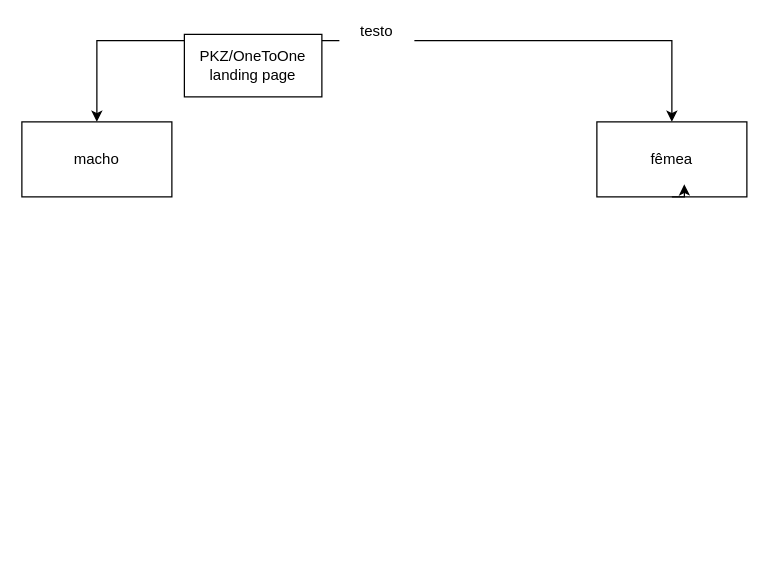
Above: AHT.drawio in IgDrArtikulator/PFE-2026-2-AP1-Grupo4-Terca (draw.io), before the change. Source tidied: cells renumbered, new cells numbered last; positions are measured from the earlier drawing's top-left corner, leaving out a move shared by most shapes. Both pictures are drawn from the tidied source at 125%, with x=0, y=0 at pixel (21, 21).
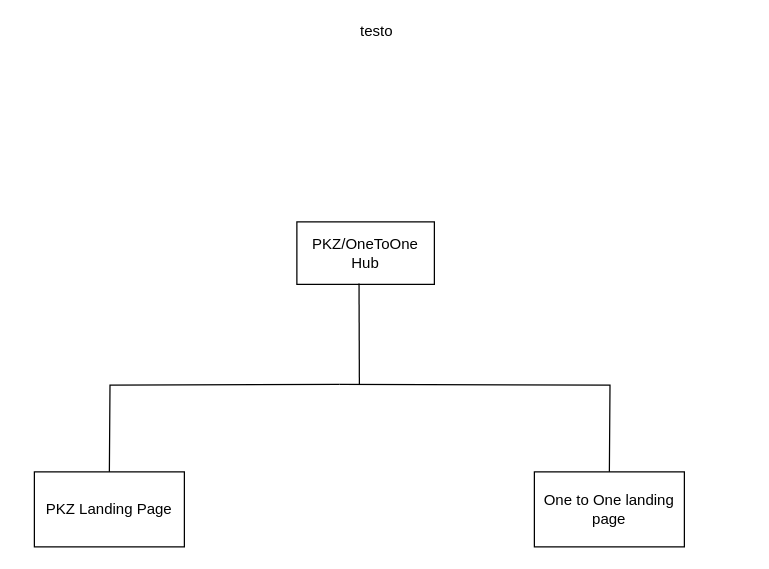
The same page after the edit.

Diff of the diagram source:
```diff
@@
 <mxGraphModel>
   <root>
     <mxCell id="0" />
     <mxCell id="1" parent="0" />
-    <mxCell id="2" style="edgeStyle=orthogonalEdgeStyle;rounded=0;jettySize=auto;html=1;" parent="1" edge="1" source="4" target="6">
-      <mxGeometry relative="1" as="geometry" />
+    <mxCell id="2" style="edgeStyle=orthogonalEdgeStyle;rounded=0;orthogonalLoop=1;jettySize=auto;html=1;endArrow=none;endFill=0;" parent="1" edge="1">
+      <mxGeometry relative="1" as="geometry">
+        <mxPoint x="254" y="290" as="sourcePoint" />
+        <mxPoint x="470" y="360" as="targetPoint" />
+      </mxGeometry>
     </mxCell>
-    <mxCell id="3" style="edgeStyle=orthogonalEdgeStyle;rounded=0;jettySize=auto;html=1;" parent="1" edge="1" source="4" target="7">
-      <mxGeometry relative="1" as="geometry" />
+    <mxCell id="3" style="edgeStyle=orthogonalEdgeStyle;rounded=0;orthogonalLoop=1;jettySize=auto;html=1;endArrow=none;endFill=0;" parent="1" edge="1">
+      <mxGeometry relative="1" as="geometry">
+        <mxPoint x="254" y="290" as="sourcePoint" />
+        <mxPoint x="70" y="360" as="targetPoint" />
+      </mxGeometry>
     </mxCell>
     <mxCell id="4" value="testo&lt;div&gt;&lt;br&gt;&lt;/div&gt;" style="text;html=1;whiteSpace=wrap;strokeColor=none;fillColor=none;align=center;verticalAlign=middle;rounded=0;" parent="1" vertex="1">
       <mxGeometry x="254" width="60" height="30" as="geometry" />
     </mxCell>
-    <mxCell id="5" value="PKZ/OneToOne landing page" style="html=1;whiteSpace=wrap;" parent="1" vertex="1">
-      <mxGeometry x="130" y="10" width="110" height="50" as="geometry" />
+    <mxCell id="5" value="PKZ/OneToOne Hub" style="html=1;whiteSpace=wrap;" parent="1" vertex="1">
+      <mxGeometry x="220" y="160" width="110" height="50" as="geometry" />
     </mxCell>
-    <mxCell id="6" value="fêmea" style="whiteSpace=wrap;html=1;" parent="1" vertex="1">
-      <mxGeometry x="460" y="80" width="120" height="60" as="geometry" />
+    <mxCell id="6" value="One to One landing page" style="whiteSpace=wrap;html=1;" parent="1" vertex="1">
+      <mxGeometry x="410" y="360" width="120" height="60" as="geometry" />
     </mxCell>
-    <mxCell id="7" value="macho" style="rounded=0;whiteSpace=wrap;html=1;" parent="1" vertex="1">
-      <mxGeometry y="80" width="120" height="60" as="geometry" />
+    <mxCell id="7" value="PKZ Landing Page" style="rounded=0;whiteSpace=wrap;html=1;" parent="1" vertex="1">
+      <mxGeometry x="10" y="360" width="120" height="60" as="geometry" />
     </mxCell>
-    <mxCell id="8" style="edgeStyle=orthogonalEdgeStyle;rounded=0;orthogonalLoop=1;jettySize=auto;html=1;innerLoopWaypoints=1;exitX=0.5;exitY=1;exitDx=0;exitDy=0;entryX=0.583;entryY=0.833;entryDx=0;entryDy=0;entryPerimeter=0;" parent="1" edge="1" source="6" target="6">
-      <mxGeometry relative="1" as="geometry" />
-    </mxCell>
+    <mxCell id="9" style="endArrow=none;html=1;rounded=0;entryX=0.452;entryY=0.985;entryDx=0;entryDy=0;entryPerimeter=0;" parent="1" edge="1" target="5">
+      <mxGeometry relative="1" as="geometry">
+        <mxPoint x="270" y="290" as="sourcePoint" />
+      </mxGeometry>
+    </mxCell>
   </root>
 </mxGraphModel>
```
